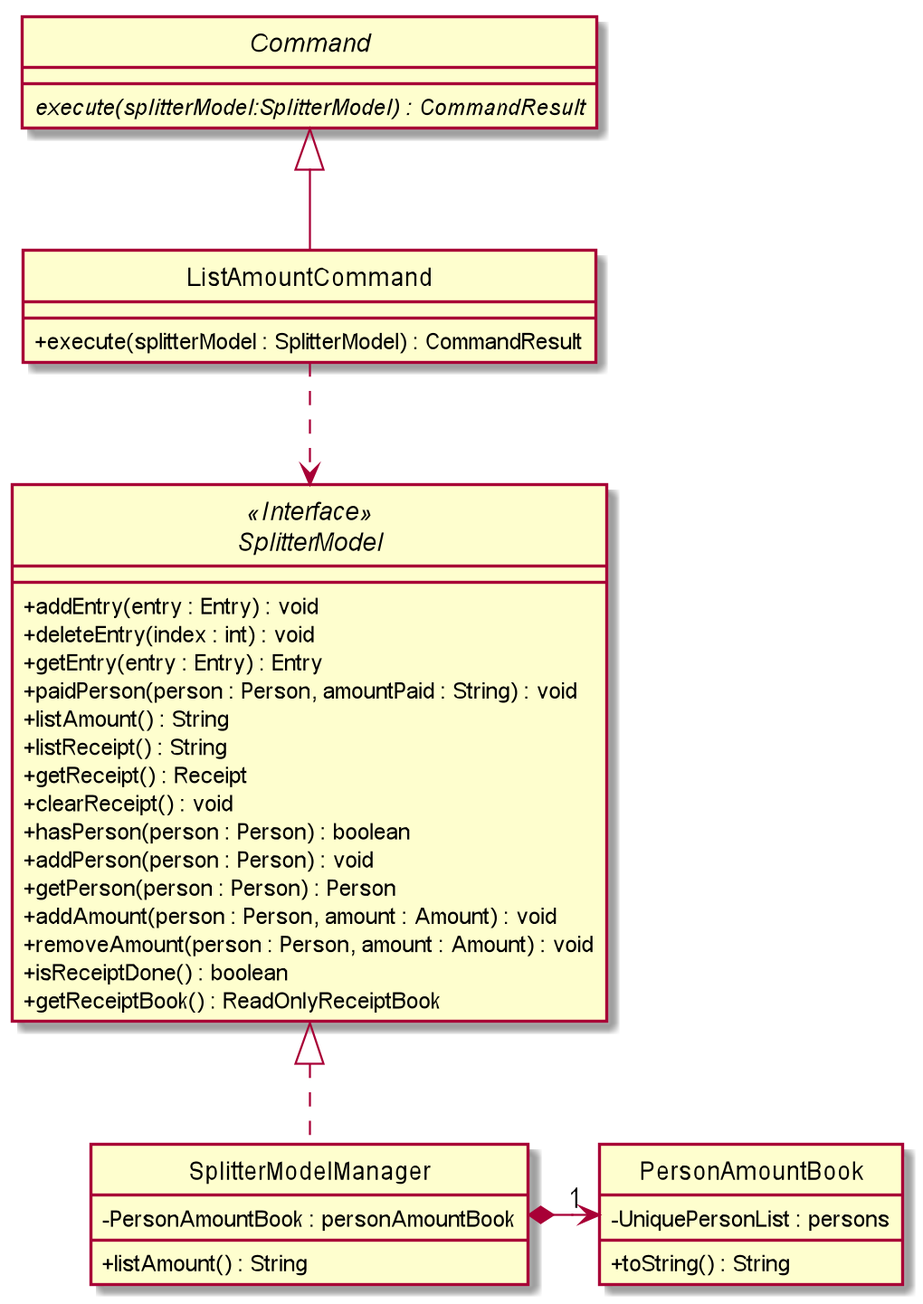
This is docs/images/ExpenseSplitterListAmountCommandClassDiagram.png from nus-cs2103-AY1920S2/addressbook-level3, a PlantUML export, as it was before one commit. Source of this version:
```plantuml
@startuml

skinparam backgroundColor #ffffff
skinparam classAttributeIconSize 0
hide circle


abstract class Command {
    {abstract} execute(splitterModel:SplitterModel) : CommandResult
}

class ListAmountCommand extends Command {

    + execute(splitterModel : SplitterModel) : CommandResult

}

interface SplitterModel <<Interface>> {
    + addEntry(entry : Entry) : void
    + deleteEntry(index : int) : void
    + getEntry(entry : Entry) : Entry
    + paidPerson(person : Person, amountPaid : String) : void
    + listAmount() : String
    + listReceipt() : String
    + getReceipt() : Receipt
    + clearReceipt() : void
    + hasPerson(person : Person) : boolean
    + addPerson(person : Person) : void
    + getPerson(person : Person) : Person
    + addAmount(person : Person, amount : Amount) : void
    + removeAmount(person : Person, amount : Amount) : void
    + isReceiptDone() : boolean
    + getReceiptBook() : ReadOnlyReceiptBook

}

class SplitterModelManager implements SplitterModel {
    - PersonAmountBook : personAmountBook

    + listAmount() : String
}

class PersonAmountBook {
    - UniquePersonList : persons

    + toString() : String
}




ListAmountCommand ..> SplitterModel
SplitterModelManager *-right->"1" PersonAmountBook


@enduml
```
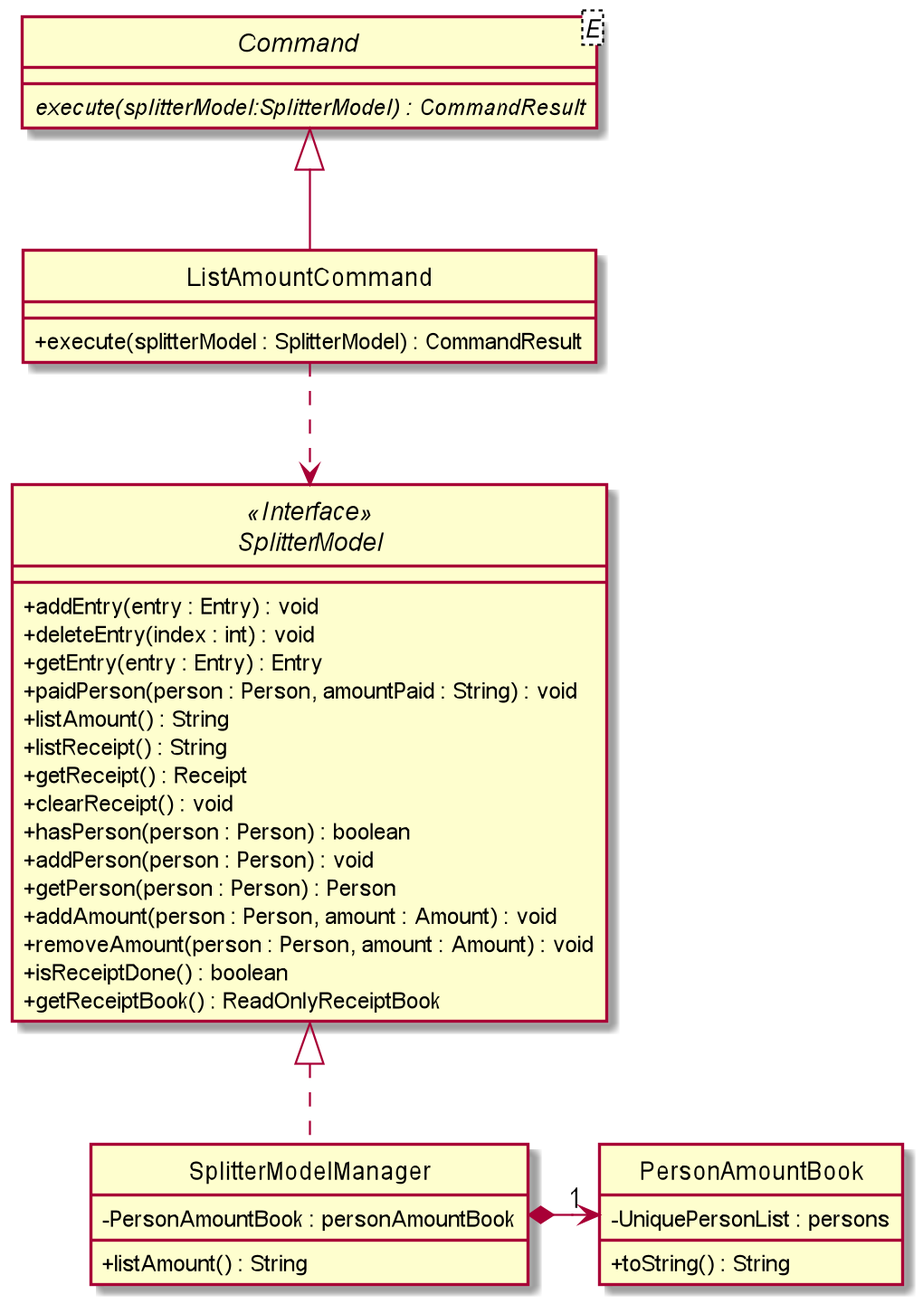
Later version of the same file.

What changed in the source:
```diff
@@ -5,7 +5,7 @@
 hide circle
 
 
-abstract class Command {
+abstract class Command <E>{
     {abstract} execute(splitterModel:SplitterModel) : CommandResult
 }
 
```
